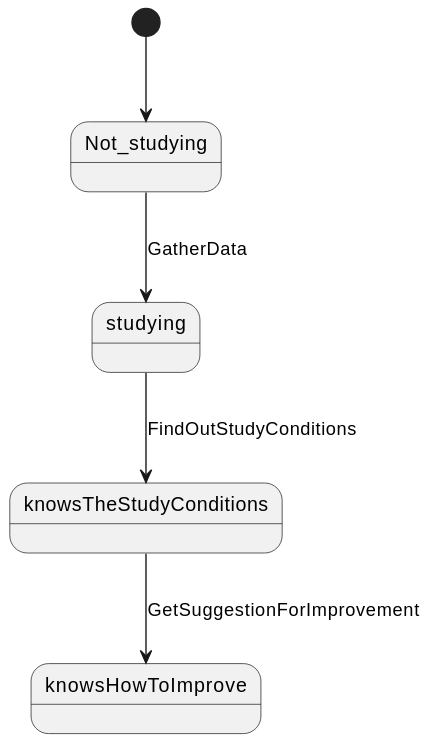
Before: Documentation/Analysis/states/Student_StateMachine.svg, a diagram exported from PlantUML (SEP4Real/SEP4).
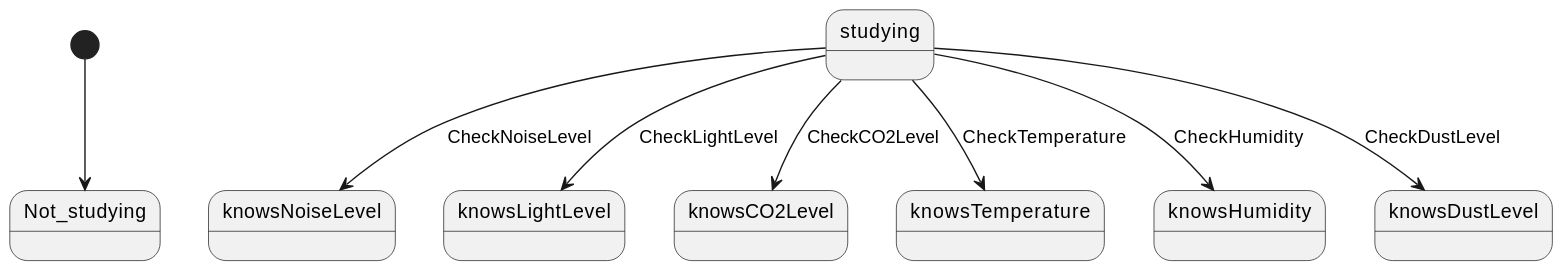
After the commit.

The edit, as a diff of the source:
```diff
@@ -1,6 +1,9 @@
 @startuml
 [*] --> Not_studying
-Not_studying --> studying : GatherData
-studying --> knowsTheStudyConditions : FindOutStudyConditions
-knowsTheStudyConditions --> knowsHowToImprove : GetSuggestionForImprovement
+studying --> knowsNoiseLevel : CheckNoiseLevel
+studying --> knowsLightLevel : CheckLightLevel
+studying --> knowsCO2Level : CheckCO2Level
+studying --> knowsTemperature : CheckTemperature
+studying --> knowsHumidity : CheckHumidity
+studying --> knowsDustLevel : CheckDustLevel
 @enduml
```
